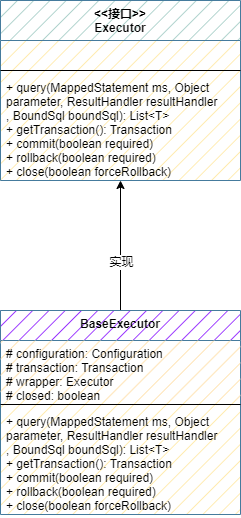
Above: wzz-mybatis/mybatis-step-06(Sql方法执行器).drawio.png in wsxzei/markdown-photos (draw.io), before the change. Source tidied: cells renumbered, new cells last; positions are measured from the earlier drawing's top-left corner, leaving out a move shared by most shapes.
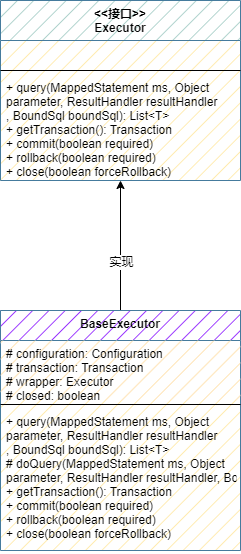
After the commit.

Commit message:
更新mybatis-step-06(Sql方法执行器).drawio.png

Diff of the diagram source:
```diff
@@ -9,7 +9,7 @@
       <mxGeometry x="-0.25" relative="1" as="geometry" />
     </mxCell>
     <mxCell id="4" value="BaseExecutor" style="swimlane;fontStyle=1;align=center;verticalAlign=top;horizontal=1;startSize=30;gradientColor=none;swimlaneFillColor=#FFE599;fillStyle=hatch;fillColor=#7F00FF;strokeColor=#457B9D;" parent="1" vertex="1">
-      <mxGeometry y="310" width="240" height="204" as="geometry" />
+      <mxGeometry y="310" width="240" height="240" as="geometry" />
     </mxCell>
     <mxCell id="5" value="# configuration: Configuration&#10;# transaction: Transaction&#10;# wrapper: Executor&#10;# closed: boolean" style="text;strokeColor=none;fillColor=#ffe6cc;align=left;verticalAlign=top;spacingLeft=4;spacingRight=4;overflow=hidden;" parent="4" vertex="1">
       <mxGeometry y="30" width="240" height="60" as="geometry" />
@@ -17,8 +17,8 @@
     <mxCell id="6" style="line;strokeWidth=1;fillColor=none;align=left;verticalAlign=middle;spacingTop=-1;spacingLeft=3;spacingRight=3;labelPosition=right;" parent="4" vertex="1">
       <mxGeometry y="90" width="240" height="8" as="geometry" />
     </mxCell>
-    <mxCell id="7" value="+ query(MappedStatement ms, Object &#10;parameter, ResultHandler resultHandler&#10;, BoundSql boundSql): List&lt;T&gt;&#10;+ getTransaction(): Transaction&#10;+ commit(boolean required)&#10;+ rollback(boolean required)&#10;+ close(boolean forceRollback)" style="text;strokeColor=none;fillColor=none;align=left;verticalAlign=top;spacingLeft=4;spacingRight=4;overflow=hidden;" parent="4" vertex="1">
-      <mxGeometry y="98" width="240" height="106" as="geometry" />
+    <mxCell id="7" value="+ query(MappedStatement ms, Object &#10;parameter, ResultHandler resultHandler&#10;, BoundSql boundSql): List&lt;T&gt;&#10;# doQuery(MappedStatement ms, Object&#10;parameter, ResultHandler resultHandler, BoundSql boundSql)&#10;+ getTransaction(): Transaction&#10;+ commit(boolean required)&#10;+ rollback(boolean required)&#10;+ close(boolean forceRollback)" style="text;strokeColor=none;fillColor=none;align=left;verticalAlign=top;spacingLeft=4;spacingRight=4;overflow=hidden;" parent="4" vertex="1">
+      <mxGeometry y="98" width="240" height="142" as="geometry" />
     </mxCell>
     <mxCell id="8" value="&lt;&lt;接口&gt;&gt;&#10;Executor" style="swimlane;fontStyle=1;align=center;verticalAlign=top;horizontal=1;startSize=40;gradientColor=none;swimlaneFillColor=#FFE599;fillStyle=hatch;fillColor=#9AC7BF;strokeColor=#457B9D;" parent="1" vertex="1">
       <mxGeometry width="240" height="180" as="geometry" />
```
